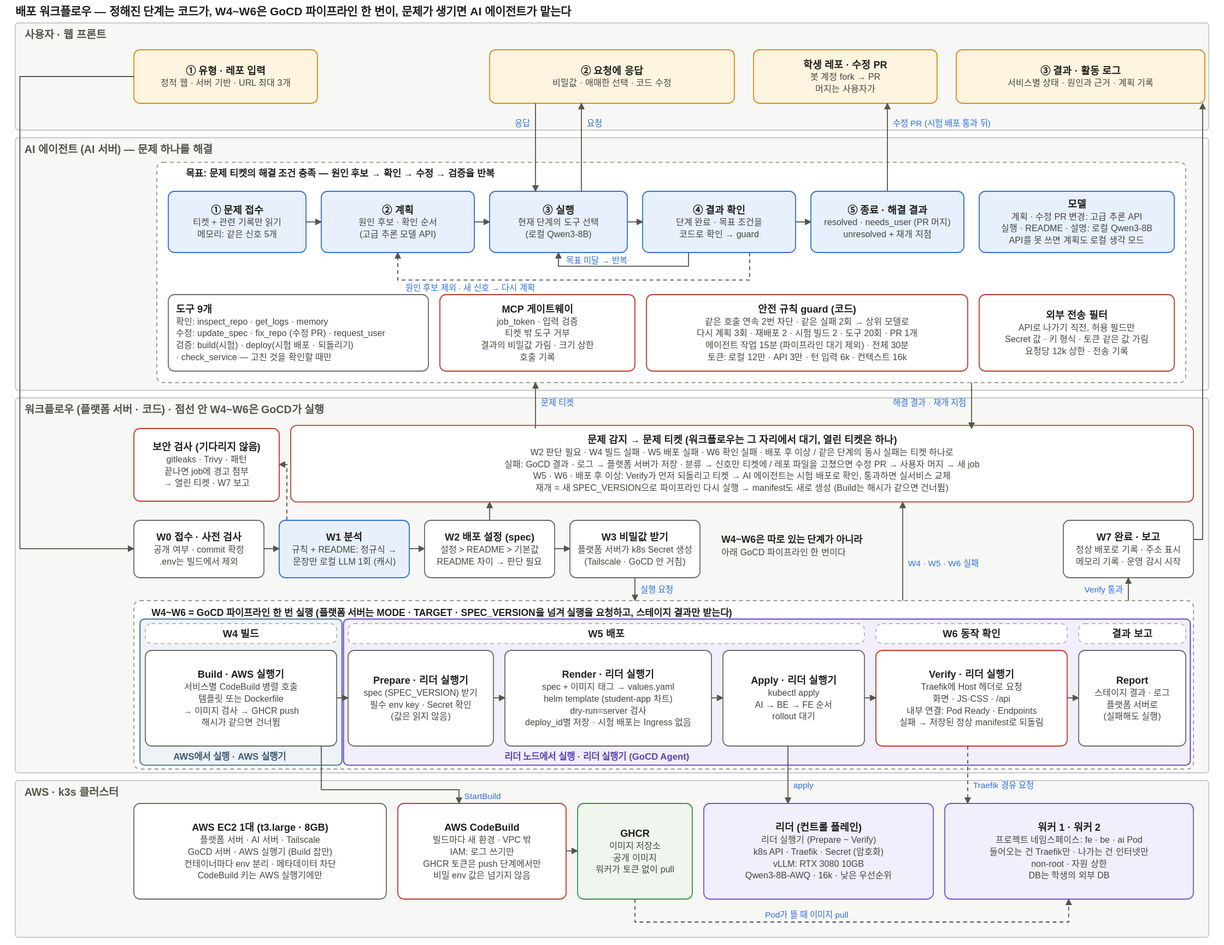
The draw.io diagram docs/architecture/deploy-workflow.drawio.svg in woowangthon/WOOWANGTHON_TEAM_18, before a commit. Source tidied: cells renumbered, new cells last; positions are measured from the earlier drawing's top-left corner, leaving out a move shared by most shapes.
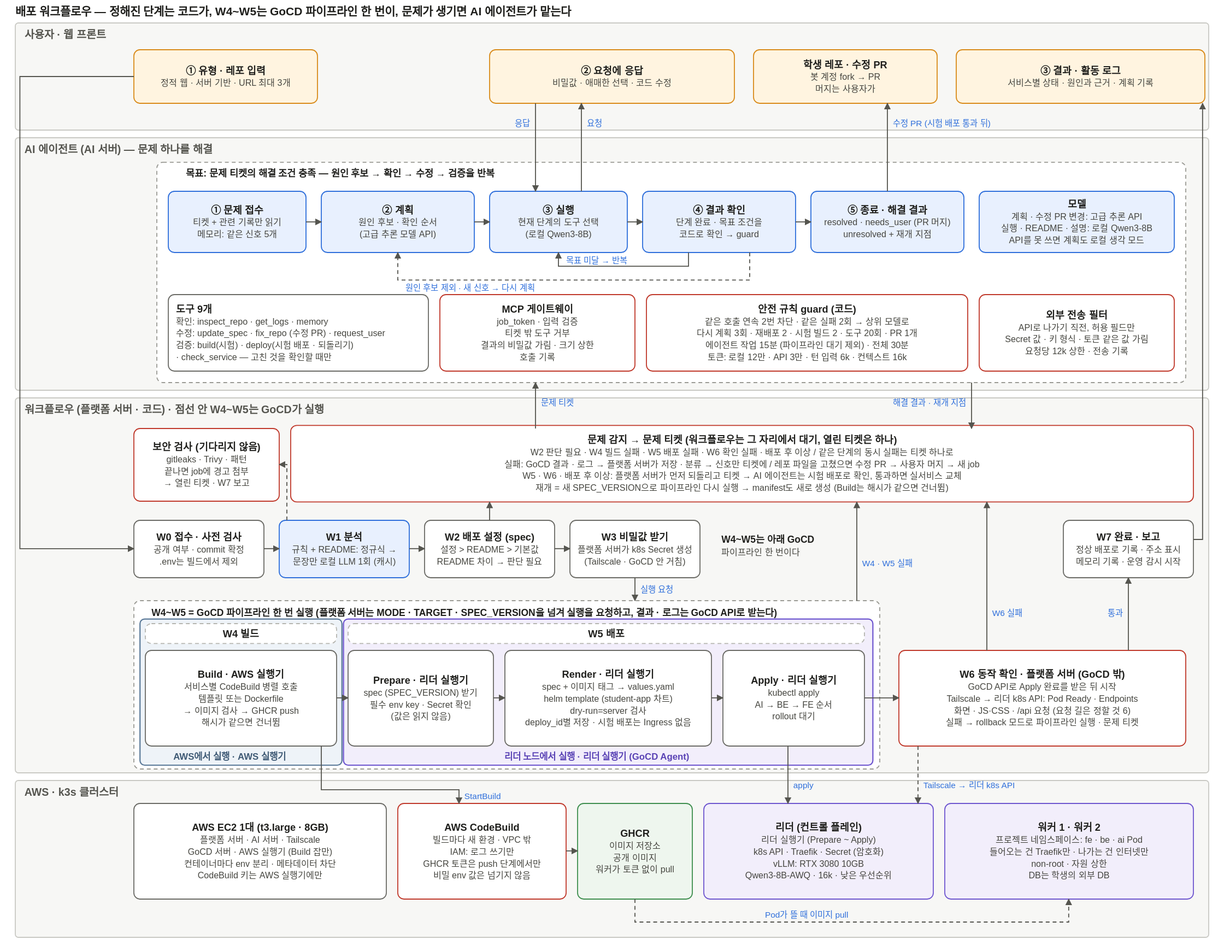
The same diagram one commit later.

Commit message:
docs: move W6 verify out of GoCD to the platform server

The edit, as a diff of the source:
```diff
@@ -8,7 +8,7 @@
     <mxCell id="3" value="AI 에이전트 (AI 서버) — 문제 하나를 해결" style="rounded=1;arcSize=6;whiteSpace=wrap;html=1;fillColor=#F7F7F5;strokeColor=#C9C9C4;fontFamily=Noto Sans KR;fontSize=12;verticalAlign=top;align=left;spacingLeft=10;spacingTop=4;fontStyle=1;fontSize=14;fontColor=#55554F;arcSize=2;" parent="1" vertex="1">
       <mxGeometry y="150" width="1560" height="330" as="geometry" />
     </mxCell>
-    <mxCell id="4" value="워크플로우 (플랫폼 서버 · 코드) · 점선 안 W4~W6은 GoCD가 실행" style="rounded=1;arcSize=6;whiteSpace=wrap;html=1;fillColor=#F7F7F5;strokeColor=#C9C9C4;fontFamily=Noto Sans KR;fontSize=12;verticalAlign=top;align=left;spacingLeft=10;spacingTop=4;fontStyle=1;fontSize=14;fontColor=#55554F;arcSize=2;" parent="1" vertex="1">
+    <mxCell id="4" value="워크플로우 (플랫폼 서버 · 코드) · 점선 안 W4~W5는 GoCD가 실행" style="rounded=1;arcSize=6;whiteSpace=wrap;html=1;fillColor=#F7F7F5;strokeColor=#C9C9C4;fontFamily=Noto Sans KR;fontSize=12;verticalAlign=top;align=left;spacingLeft=10;spacingTop=4;fontStyle=1;fontSize=14;fontColor=#55554F;arcSize=2;" parent="1" vertex="1">
       <mxGeometry y="490" width="1560" height="490" as="geometry" />
     </mxCell>
     <mxCell id="5" value="AWS · k3s 클러스터" style="rounded=1;arcSize=6;whiteSpace=wrap;html=1;fillColor=#F7F7F5;strokeColor=#C9C9C4;fontFamily=Noto Sans KR;fontSize=12;verticalAlign=top;align=left;spacingLeft=10;spacingTop=4;fontStyle=1;fontSize=14;fontColor=#55554F;arcSize=2;" parent="1" vertex="1">
@@ -62,7 +62,7 @@
     <mxCell id="21" value="&lt;b&gt;보안 검사 (기다리지 않음)&lt;/b&gt;&lt;br&gt;gitleaks · Trivy · 패턴&lt;br&gt;끝나면 job에 경고 첨부&lt;br&gt;→ 열린 티켓 · W7 보고" style="rounded=1;arcSize=6;whiteSpace=wrap;html=1;fillColor=#FFFFFF;strokeColor=#C0392B;fontFamily=Noto Sans KR;fontSize=12;" parent="1" vertex="1">
       <mxGeometry x="155" y="530" width="190" height="95" as="geometry" />
     </mxCell>
-    <mxCell id="22" value="&lt;b&gt;문제 감지 → 문제 티켓 (워크플로우는 그 자리에서 대기, 열린 티켓은 하나)&lt;/b&gt;&lt;br&gt;W2 판단 필요 · W4 빌드 실패 · W5 배포 실패 · W6 확인 실패 · 배포 후 이상 / 같은 단계의 동시 실패는 티켓 하나로&lt;br&gt;실패: GoCD 결과 · 로그 → 플랫폼 서버가 저장 · 분류 → 신호만 티켓에 / 레포 파일을 고쳤으면 수정 PR → 사용자 머지 → 새 job&lt;br&gt;W5 · W6 · 배포 후 이상: Verify가 먼저 되돌리고 티켓 → AI 에이전트는 시험 배포로 확인, 통과하면 실서비스 교체&lt;br&gt;재개 = 새 SPEC_VERSION으로 파이프라인 다시 실행 → manifest도 새로 생성 (Build는 해시가 같으면 건너뜀)" style="rounded=1;arcSize=6;whiteSpace=wrap;html=1;fillColor=#FFFFFF;strokeColor=#C0392B;fontFamily=Noto Sans KR;fontSize=12;" parent="1" vertex="1">
+    <mxCell id="22" value="&lt;b&gt;문제 감지 → 문제 티켓 (워크플로우는 그 자리에서 대기, 열린 티켓은 하나)&lt;/b&gt;&lt;br&gt;W2 판단 필요 · W4 빌드 실패 · W5 배포 실패 · W6 확인 실패 · 배포 후 이상 / 같은 단계의 동시 실패는 티켓 하나로&lt;br&gt;실패: GoCD 결과 · 로그 → 플랫폼 서버가 저장 · 분류 → 신호만 티켓에 / 레포 파일을 고쳤으면 수정 PR → 사용자 머지 → 새 job&lt;br&gt;W5 · W6 · 배포 후 이상: 플랫폼 서버가 먼저 되돌리고 티켓 → AI 에이전트는 시험 배포로 확인, 통과하면 실서비스 교체&lt;br&gt;재개 = 새 SPEC_VERSION으로 파이프라인 다시 실행 → manifest도 새로 생성 (Build는 해시가 같으면 건너뜀)" style="rounded=1;arcSize=6;whiteSpace=wrap;html=1;fillColor=#FFFFFF;strokeColor=#C0392B;fontFamily=Noto Sans KR;fontSize=12;" parent="1" vertex="1">
       <mxGeometry x="360" y="526" width="1180" height="100" as="geometry" />
     </mxCell>
     <mxCell id="23" value="&lt;b&gt;W0 접수 · 사전 검사&lt;/b&gt;&lt;br&gt;공개 여부 · commit 확정&lt;br&gt;.env는 빌드에서 제외" style="rounded=1;arcSize=6;whiteSpace=wrap;html=1;fillColor=#FFFFFF;strokeColor=#6B6B66;fontFamily=Noto Sans KR;fontSize=12;" parent="1" vertex="1">
@@ -80,14 +80,23 @@
     <mxCell id="27" value="&lt;b&gt;W7 완료 · 보고&lt;/b&gt;&lt;br&gt;정상 배포로 기록 · 주소 표시&lt;br&gt;메모리 기록 · 운영 감시 시작" style="rounded=1;arcSize=6;whiteSpace=wrap;html=1;fillColor=#FFFFFF;strokeColor=#6B6B66;fontFamily=Noto Sans KR;fontSize=12;" parent="1" vertex="1">
       <mxGeometry x="1370" y="650" width="170" height="75" as="geometry" />
     </mxCell>
+    <mxCell id="82" value="&lt;b&gt;W6 동작 확인 · 플랫폼 서버 (GoCD 밖)&lt;/b&gt;&lt;br&gt;GoCD API로 Apply 완료를 받은 뒤 시작&lt;br&gt;Tailscale → 리더 k8s API: Pod Ready · Endpoints&lt;br&gt;화면 · JS·CSS · /api 요청 (요청 길은 정할 것 6)&lt;br&gt;실패 → rollback 모드로 파이프라인 실행 · 문제 티켓" style="rounded=1;arcSize=6;whiteSpace=wrap;html=1;fillColor=#FFFFFF;strokeColor=#C0392B;fontFamily=Noto Sans KR;fontSize=12;" parent="1" vertex="1">
+      <mxGeometry x="1155" y="820" width="375" height="125" as="geometry" />
+    </mxCell>
+    <mxCell id="83" value="W6 실패" style="edgeStyle=none;html=1;endArrow=block;endFill=1;strokeColor=#55554F;fontColor=#2F6FDB;fontSize=11;exitX=0.3067;exitY=0.0;exitDx=0;exitDy=0;entryX=0.7712;entryY=1.0;entryDx=0;entryDy=0;" parent="1" edge="1" source="82" target="22">
+      <mxGeometry relative="1" as="geometry" />
+    </mxCell>
+    <mxCell id="84" value="Tailscale → 리더 k8s API" style="edgeStyle=none;html=1;endArrow=block;endFill=1;strokeColor=#55554F;fontColor=#2F6FDB;fontSize=11;exitX=0.0667;exitY=1.0;exitDx=0;exitDy=0;entryX=0.9333;entryY=0.0;entryDx=0;entryDy=0;dashed=1;" parent="1" edge="1" source="82" target="46">
+      <mxGeometry relative="1" as="geometry" />
+    </mxCell>
     <mxCell id="28" style="rounded=1;arcSize=6;whiteSpace=wrap;html=1;fillColor=#FFFFFF;strokeColor=#9A9A94;fontFamily=Noto Sans KR;fontSize=12;dashed=1;" parent="1" vertex="1">
-      <mxGeometry x="155" y="755" width="1385" height="220" as="geometry" />
+      <mxGeometry x="155" y="755" width="975" height="220" as="geometry" />
     </mxCell>
     <mxCell id="29" style="rounded=1;arcSize=4;whiteSpace=wrap;html=1;fillColor=#EEF3F8;strokeColor=#5B7A99;strokeWidth=1.6;" parent="1" vertex="1">
       <mxGeometry x="163" y="779" width="264" height="191" as="geometry" />
     </mxCell>
     <mxCell id="30" style="rounded=1;arcSize=2;whiteSpace=wrap;html=1;fillColor=#F2EEFB;strokeColor=#6E56CF;strokeWidth=1.6;" parent="1" vertex="1">
-      <mxGeometry x="429" y="779" width="1107" height="191" as="geometry" />
+      <mxGeometry x="429" y="779" width="692" height="191" as="geometry" />
     </mxCell>
     <mxCell id="31" value="&lt;b&gt;AWS에서 실행 · AWS 실행기&lt;/b&gt;" style="text;html=1;fontFamily=Noto Sans KR;fontSize=12;align=center;verticalAlign=middle;fontColor=#3F5A75;" parent="1" vertex="1">
       <mxGeometry x="180" y="948" width="200" height="20" as="geometry" />
@@ -101,12 +110,6 @@
     <mxCell id="34" value="&lt;b&gt;W5 배포&lt;/b&gt;" style="rounded=1;arcSize=6;whiteSpace=wrap;html=1;fillColor=#FFFFFF;strokeColor=#B5B5AF;fontFamily=Noto Sans KR;fontSize=12;dashed=1;" parent="1" vertex="1">
       <mxGeometry x="435" y="785" width="675" height="26" as="geometry" />
     </mxCell>
-    <mxCell id="35" value="&lt;b&gt;W6 동작 확인&lt;/b&gt;" style="rounded=1;arcSize=6;whiteSpace=wrap;html=1;fillColor=#FFFFFF;strokeColor=#B5B5AF;fontFamily=Noto Sans KR;fontSize=12;dashed=1;" parent="1" vertex="1">
-      <mxGeometry x="1125" y="785" width="250" height="26" as="geometry" />
-    </mxCell>
-    <mxCell id="36" value="&lt;b&gt;결과 보고&lt;/b&gt;" style="rounded=1;arcSize=6;whiteSpace=wrap;html=1;fillColor=#FFFFFF;strokeColor=#B5B5AF;fontFamily=Noto Sans KR;fontSize=12;dashed=1;" parent="1" vertex="1">
-      <mxGeometry x="1390" y="785" width="140" height="26" as="geometry" />
-    </mxCell>
     <mxCell id="37" value="&lt;b&gt;Build · AWS 실행기&lt;/b&gt;&lt;br&gt;서비스별 CodeBuild 병렬 호출&lt;br&gt;템플릿 또는 Dockerfile&lt;br&gt;→ 이미지 검사 → GHCR push&lt;br&gt;해시가 같으면 건너뜀" style="rounded=1;arcSize=6;whiteSpace=wrap;html=1;fillColor=#FFFFFF;strokeColor=#6B6B66;fontFamily=Noto Sans KR;fontSize=12;" parent="1" vertex="1">
       <mxGeometry x="170" y="820" width="250" height="125" as="geometry" />
     </mxCell>
@@ -119,12 +122,6 @@
     <mxCell id="40" value="&lt;b&gt;Apply · 리더 실행기&lt;/b&gt;&lt;br&gt;kubectl apply&lt;br&gt;AI → BE → FE 순서&lt;br&gt;rollout 대기" style="rounded=1;arcSize=6;whiteSpace=wrap;html=1;fillColor=#FFFFFF;strokeColor=#6B6B66;fontFamily=Noto Sans KR;fontSize=12;" parent="1" vertex="1">
       <mxGeometry x="925" y="820" width="185" height="125" as="geometry" />
     </mxCell>
-    <mxCell id="41" value="&lt;b&gt;Verify · 리더 실행기&lt;/b&gt;&lt;br&gt;Traefik에 Host 헤더로 요청&lt;br&gt;화면 · JS·CSS · /api&lt;br&gt;내부 연결: Pod Ready · Endpoints&lt;br&gt;실패 → 저장된 정상 manifest로 되돌림" style="rounded=1;arcSize=6;whiteSpace=wrap;html=1;fillColor=#FFFFFF;strokeColor=#C0392B;fontFamily=Noto Sans KR;fontSize=12;" parent="1" vertex="1">
-      <mxGeometry x="1125" y="820" width="250" height="125" as="geometry" />
-    </mxCell>
-    <mxCell id="42" value="&lt;b&gt;Report&lt;/b&gt;&lt;br&gt;스테이지 결과 · 로그&lt;br&gt;플랫폼 서버로&lt;br&gt;(실패해도 실행)" style="rounded=1;arcSize=6;whiteSpace=wrap;html=1;fillColor=#FFFFFF;strokeColor=#6B6B66;fontFamily=Noto Sans KR;fontSize=12;" parent="1" vertex="1">
-      <mxGeometry x="1390" y="820" width="140" height="125" as="geometry" />
-    </mxCell>
     <mxCell id="43" value="&lt;b&gt;AWS EC2 1대 (t3.large · 8GB)&lt;/b&gt;&lt;br&gt;플랫폼 서버 · AI 서버 · Tailscale&lt;br&gt;GoCD 서버 · AWS 실행기 (Build 잡만)&lt;br&gt;컨테이너마다 env 분리 · 메타데이터 차단&lt;br&gt;CodeBuild 키는 AWS 실행기에만" style="rounded=1;arcSize=6;whiteSpace=wrap;html=1;fillColor=#FFFFFF;strokeColor=#6B6B66;fontFamily=Noto Sans KR;fontSize=12;" parent="1" vertex="1">
       <mxGeometry x="155" y="1020" width="330" height="125" as="geometry" />
     </mxCell>
@@ -134,7 +131,7 @@
     <mxCell id="45" value="&lt;b&gt;GHCR&lt;/b&gt;&lt;br&gt;이미지 저장소&lt;br&gt;공개 이미지&lt;br&gt;워커가 토큰 없이 pull" style="rounded=1;arcSize=6;whiteSpace=wrap;html=1;fillColor=#EEF6EE;strokeColor=#3E8E4E;fontFamily=Noto Sans KR;fontSize=12;" parent="1" vertex="1">
       <mxGeometry x="735" y="1020" width="150" height="125" as="geometry" />
     </mxCell>
-    <mxCell id="46" value="&lt;b&gt;리더 (컨트롤 플레인)&lt;/b&gt;&lt;br&gt;리더 실행기 (Prepare ~ Verify)&lt;br&gt;k8s API · Traefik · Secret (암호화)&lt;br&gt;vLLM: RTX 3080 10GB&lt;br&gt;Qwen3-8B-AWQ · 16k · 낮은 우선순위" style="rounded=1;arcSize=6;whiteSpace=wrap;html=1;fillColor=#F2EEFB;strokeColor=#6E56CF;fontFamily=Noto Sans KR;fontSize=12;" parent="1" vertex="1">
+    <mxCell id="46" value="&lt;b&gt;리더 (컨트롤 플레인)&lt;/b&gt;&lt;br&gt;리더 실행기 (Prepare ~ Apply)&lt;br&gt;k8s API · Traefik · Secret (암호화)&lt;br&gt;vLLM: RTX 3080 10GB&lt;br&gt;Qwen3-8B-AWQ · 16k · 낮은 우선순위" style="rounded=1;arcSize=6;whiteSpace=wrap;html=1;fillColor=#F2EEFB;strokeColor=#6E56CF;fontFamily=Noto Sans KR;fontSize=12;" parent="1" vertex="1">
       <mxGeometry x="900" y="1020" width="300" height="125" as="geometry" />
     </mxCell>
     <mxCell id="47" value="&lt;b&gt;워커 1 · 워커 2&lt;/b&gt;&lt;br&gt;프로젝트 네임스페이스: fe · be · ai Pod&lt;br&gt;들어오는 건 Traefik만 · 나가는 건 인터넷만&lt;br&gt;non-root · 자원 상한&lt;br&gt;DB는 학생의 외부 DB" style="rounded=1;arcSize=6;whiteSpace=wrap;html=1;fillColor=#F2EEFB;strokeColor=#6E56CF;fontFamily=Noto Sans KR;fontSize=12;" parent="1" vertex="1">
@@ -143,11 +140,11 @@
     <mxCell id="48" value="&lt;b&gt;목표: 문제 티켓의 해결 조건 충족 — 원인 후보 → 확인 → 수정 → 검증을 반복&lt;/b&gt;&lt;br&gt;" style="text;html=1;fontFamily=Noto Sans KR;fontSize=12;align=left;verticalAlign=top;" parent="1" vertex="1">
       <mxGeometry x="215" y="185" width="450" height="22" as="geometry" />
     </mxCell>
-    <mxCell id="49" value="&lt;b&gt;W4~W6 = GoCD 파이프라인 한 번 실행 (플랫폼 서버는 MODE · TARGET · SPEC_VERSION을 넘겨 실행을 요청하고, 스테이지 결과만 받는다)&lt;/b&gt;&lt;br&gt;" style="text;html=1;fontFamily=Noto Sans KR;fontSize=12;align=left;verticalAlign=top;" parent="1" vertex="1">
+    <mxCell id="49" value="&lt;b&gt;W4~W5 = GoCD 파이프라인 한 번 실행 (플랫폼 서버는 MODE · TARGET · SPEC_VERSION을 넘겨 실행을 요청하고, 결과 · 로그는 GoCD API로 받는다)&lt;/b&gt;&lt;br&gt;" style="text;html=1;fontFamily=Noto Sans KR;fontSize=12;align=left;verticalAlign=top;" parent="1" vertex="1">
       <mxGeometry x="170" y="759" width="1100" height="22" as="geometry" />
     </mxCell>
-    <mxCell id="50" value="&lt;b&gt;W4~W6은 따로 있는 단계가 아니라&lt;/b&gt;&lt;br&gt;아래 GoCD 파이프라인 한 번이다" style="text;html=1;fontFamily=Noto Sans KR;fontSize=12;align=left;verticalAlign=top;" parent="1" vertex="1">
-      <mxGeometry x="915" y="663" width="230" height="40" as="geometry" />
+    <mxCell id="50" value="&lt;b&gt;W4~W5는 아래 GoCD&lt;/b&gt;&lt;br&gt;파이프라인 한 번이다" style="text;html=1;fontFamily=Noto Sans KR;fontSize=12;align=left;verticalAlign=top;" parent="1" vertex="1">
+      <mxGeometry x="915" y="663" width="160" height="40" as="geometry" />
     </mxCell>
     <mxCell id="51" style="edgeStyle=none;html=1;endArrow=block;endFill=1;strokeColor=#55554F;fontColor=#2F6FDB;fontSize=11;exitX=0.0;exitY=0.5;exitDx=0;exitDy=0;entryX=0.0;entryY=0.4933;entryDx=0;entryDy=0;" parent="1" edge="1" source="6" target="23">
       <mxGeometry relative="1" as="geometry">
@@ -169,13 +166,13 @@
     <mxCell id="55" value="실행 요청" style="edgeStyle=none;html=1;endArrow=block;endFill=1;strokeColor=#55554F;fontColor=#2F6FDB;fontSize=11;exitX=0.5;exitY=1.0;exitDx=0;exitDy=0;entryX=0.4729;entryY=0.0;entryDx=0;entryDy=0;" parent="1" edge="1" source="26" target="28">
       <mxGeometry relative="1" as="geometry" />
     </mxCell>
-    <mxCell id="56" value="Verify 통과" style="edgeStyle=none;html=1;endArrow=block;endFill=1;strokeColor=#55554F;fontColor=#2F6FDB;fontSize=11;exitX=0.9386;exitY=0.0;exitDx=0;exitDy=0;entryX=0.5;entryY=1.0;entryDx=0;entryDy=0;" parent="1" edge="1" source="28" target="27">
+    <mxCell id="56" value="통과" style="edgeStyle=none;html=1;endArrow=block;endFill=1;strokeColor=#55554F;fontColor=#2F6FDB;fontSize=11;exitX=0.8;exitY=0.0;exitDx=0;exitDy=0;entryX=0.5;entryY=1.0;entryDx=0;entryDy=0;" parent="1" edge="1" source="82" target="27">
       <mxGeometry relative="1" as="geometry" />
     </mxCell>
     <mxCell id="57" style="edgeStyle=none;html=1;endArrow=block;endFill=1;strokeColor=#55554F;fontColor=#2F6FDB;fontSize=11;exitX=0.5;exitY=0.0;exitDx=0;exitDy=0;entryX=0.2203;entryY=1.0;entryDx=0;entryDy=0;" parent="1" edge="1" source="25" target="22">
       <mxGeometry relative="1" as="geometry" />
     </mxCell>
-    <mxCell id="58" value="W4 · W5 · W6 실패" style="edgeStyle=none;html=1;endArrow=block;endFill=1;strokeColor=#55554F;fontColor=#2F6FDB;fontSize=11;exitX=0.7256;exitY=0.0;exitDx=0;exitDy=0;entryX=0.678;entryY=1.0;entryDx=0;entryDy=0;" parent="1" edge="1" source="28" target="22">
+    <mxCell id="58" value="W4 · W5 실패" style="edgeStyle=none;html=1;endArrow=block;endFill=1;strokeColor=#55554F;fontColor=#2F6FDB;fontSize=11;exitX=0.9692;exitY=0.0;exitDx=0;exitDy=0;entryX=0.6271;entryY=1.0;entryDx=0;entryDy=0;" parent="1" edge="1" source="28" target="22">
       <mxGeometry relative="1" as="geometry" />
     </mxCell>
     <mxCell id="59" style="edgeStyle=none;html=1;endArrow=block;endFill=1;strokeColor=#55554F;fontColor=#2F6FDB;fontSize=11;exitX=0.0588;exitY=0.0;exitDx=0;exitDy=0;entryX=1.0;entryY=0.4947;entryDx=0;entryDy=0;dashed=1;" parent="1" edge="1" source="24" target="21">
@@ -244,12 +241,9 @@
     <mxCell id="74" style="edgeStyle=none;html=1;endArrow=block;endFill=1;strokeColor=#55554F;fontColor=#2F6FDB;fontSize=11;exitX=1.0;exitY=0.496;exitDx=0;exitDy=0;entryX=0.0;entryY=0.496;entryDx=0;entryDy=0;" parent="1" edge="1" source="39" target="40">
       <mxGeometry relative="1" as="geometry" />
     </mxCell>
-    <mxCell id="75" style="edgeStyle=none;html=1;endArrow=block;endFill=1;strokeColor=#55554F;fontColor=#2F6FDB;fontSize=11;exitX=1.0;exitY=0.496;exitDx=0;exitDy=0;entryX=0.0;entryY=0.496;entryDx=0;entryDy=0;" parent="1" edge="1" source="40" target="41">
+    <mxCell id="75" style="edgeStyle=none;html=1;endArrow=block;endFill=1;strokeColor=#55554F;fontColor=#2F6FDB;fontSize=11;exitX=1.0;exitY=0.496;exitDx=0;exitDy=0;entryX=0.0;entryY=0.496;entryDx=0;entryDy=0;" parent="1" edge="1" source="40" target="82">
       <mxGeometry relative="1" as="geometry" />
     </mxCell>
-    <mxCell id="76" style="edgeStyle=none;html=1;endArrow=block;endFill=1;strokeColor=#55554F;fontColor=#2F6FDB;fontSize=11;exitX=1.0;exitY=0.496;exitDx=0;exitDy=0;entryX=0.0;entryY=0.496;entryDx=0;entryDy=0;" parent="1" edge="1" source="41" target="42">
-      <mxGeometry relative="1" as="geometry" />
-    </mxCell>
     <mxCell id="77" value="StartBuild" style="edgeStyle=none;html=1;endArrow=block;endFill=1;strokeColor=#55554F;fontColor=#2F6FDB;fontSize=11;exitX=0.92;exitY=1.0;exitDx=0;exitDy=0;entryX=0.3636;entryY=0.0;entryDx=0;entryDy=0;" parent="1" edge="1" source="37" target="44">
       <mxGeometry relative="1" as="geometry">
         <Array as="points">
@@ -264,9 +258,6 @@
     <mxCell id="79" value="apply" style="edgeStyle=none;html=1;endArrow=block;endFill=1;strokeColor=#55554F;fontColor=#2F6FDB;fontSize=11;exitX=0.4595;exitY=1.0;exitDx=0;exitDy=0;entryX=0.3667;entryY=0.0;entryDx=0;entryDy=0;" parent="1" edge="1" source="40" target="46">
       <mxGeometry relative="1" as="geometry" />
     </mxCell>
-    <mxCell id="80" value="Traefik 경유 요청" style="edgeStyle=none;html=1;endArrow=block;endFill=1;strokeColor=#55554F;fontColor=#2F6FDB;fontSize=11;exitX=0.48;exitY=1.0;exitDx=0;exitDy=0;entryX=0.0923;entryY=0.0;entryDx=0;entryDy=0;dashed=1;" parent="1" edge="1" source="41" target="47">
-      <mxGeometry relative="1" as="geometry" />
-    </mxCell>
     <mxCell id="81" value="Pod가 뜰 때 이미지 pull" style="edgeStyle=none;html=1;endArrow=block;endFill=1;strokeColor=#55554F;fontColor=#2F6FDB;fontSize=11;exitX=0.5;exitY=1.0;exitDx=0;exitDy=0;entryX=0.4985;entryY=1.0;entryDx=0;entryDy=0;dashed=1;" parent="1" edge="1" source="45" target="47">
       <mxGeometry relative="1" as="geometry">
         <Array as="points">
```
